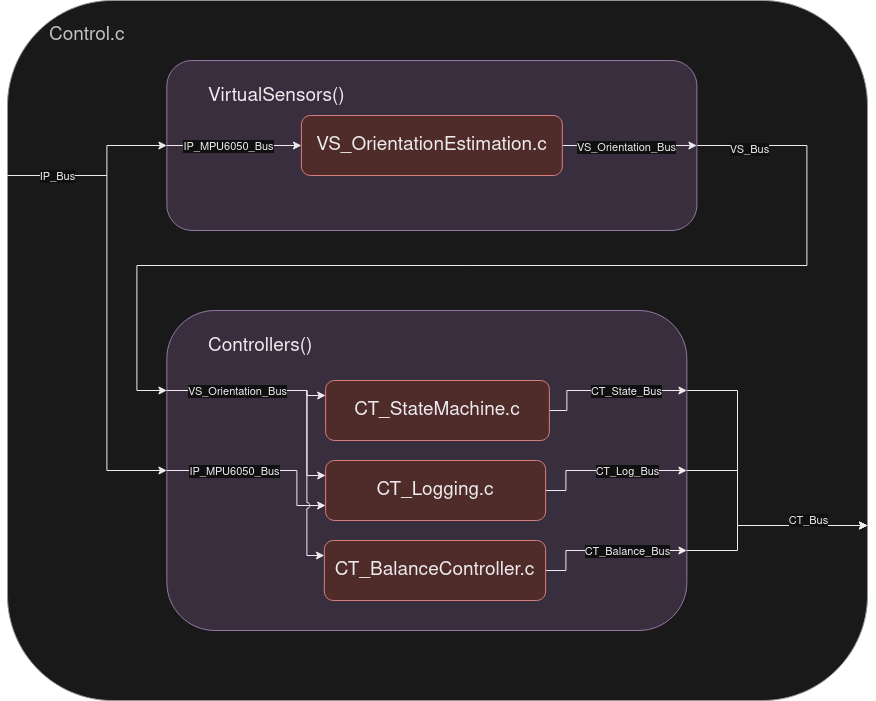
This is Resources/BlockDiagrams/STM32_Reaction_Wheel_Architecture-Control.drawio.png from austynloehr/stm32_reaction_wheel, a draw.io export, as it was before one commit. Source tidied: cells renumbered, new cells last; positions are measured from the earlier drawing's top-left corner, leaving out a move shared by most shapes. Source of this version:
```xml
<mxGraphModel>
  <root>
    <mxCell id="0" />
    <mxCell id="1" parent="0" />
    <mxCell id="2" value="&lt;blockquote style=&quot;font-size: 18px;&quot;&gt;&lt;font style=&quot;font-size: 19px;&quot;&gt;Control.c&lt;/font&gt;&lt;/blockquote&gt;" style="rounded=1;whiteSpace=wrap;html=1;fillColor=#f5f5f5;strokeColor=#666666;align=left;labelPosition=center;verticalLabelPosition=middle;verticalAlign=top;fontColor=#333333;" parent="1" vertex="1">
      <mxGeometry width="860" height="700" as="geometry" />
    </mxCell>
    <mxCell id="3" style="edgeStyle=orthogonalEdgeStyle;rounded=0;jettySize=auto;html=1;exitX=1;exitY=0.25;exitDx=0;exitDy=0;entryX=1;entryY=0.75;entryDx=0;entryDy=0;" parent="1" edge="1" source="4" target="2">
      <mxGeometry relative="1" as="geometry">
        <Array as="points">
          <mxPoint x="730" y="390" />
          <mxPoint x="730" y="525" />
        </Array>
      </mxGeometry>
    </mxCell>
    <mxCell id="4" value="&lt;blockquote&gt;Controllers()&lt;/blockquote&gt;" style="rounded=1;whiteSpace=wrap;html=1;fillColor=#e1d5e7;strokeColor=#9673a6;fontSize=19;align=left;verticalAlign=top;" parent="1" vertex="1">
      <mxGeometry x="159.4" y="310" width="520" height="320" as="geometry" />
    </mxCell>
    <mxCell id="5" style="edgeStyle=orthogonalEdgeStyle;rounded=0;jettySize=auto;html=1;exitX=1;exitY=0.5;exitDx=0;exitDy=0;entryX=1;entryY=0.5;entryDx=0;entryDy=0;" parent="1" edge="1" source="7" target="4">
      <mxGeometry relative="1" as="geometry">
        <Array as="points">
          <mxPoint x="558.4" y="490" />
          <mxPoint x="558.4" y="470" />
        </Array>
      </mxGeometry>
    </mxCell>
    <mxCell id="6" value="CT_Log_Bus" style="edgeLabel;html=1;align=center;verticalAlign=middle;" parent="5" vertex="1">
      <mxGeometry x="0.3" relative="1" as="geometry">
        <mxPoint x="-4" as="offset" />
      </mxGeometry>
    </mxCell>
    <mxCell id="7" value="CT_Logging.c" style="rounded=1;whiteSpace=wrap;html=1;fillColor=#f8cecc;strokeColor=#b85450;fontSize=19;" parent="1" vertex="1">
      <mxGeometry x="318.1" y="460" width="220" height="60" as="geometry" />
    </mxCell>
    <mxCell id="8" style="edgeStyle=orthogonalEdgeStyle;rounded=0;jettySize=auto;html=1;exitX=1;exitY=0.5;exitDx=0;exitDy=0;entryX=1;entryY=0.25;entryDx=0;entryDy=0;" parent="1" edge="1" source="10" target="4">
      <mxGeometry relative="1" as="geometry">
        <Array as="points">
          <mxPoint x="559.4" y="410" />
          <mxPoint x="559.4" y="390" />
        </Array>
      </mxGeometry>
    </mxCell>
    <mxCell id="9" value="CT_State_Bus" style="edgeLabel;html=1;align=center;verticalAlign=middle;" parent="8" vertex="1">
      <mxGeometry x="0.08" relative="1" as="geometry">
        <mxPoint x="12" as="offset" />
      </mxGeometry>
    </mxCell>
    <mxCell id="10" value="CT_StateMachine.c" style="rounded=1;whiteSpace=wrap;html=1;fillColor=#f8cecc;strokeColor=#b85450;fontSize=19;" parent="1" vertex="1">
      <mxGeometry x="318.1" y="380" width="223.8" height="60" as="geometry" />
    </mxCell>
    <mxCell id="11" style="edgeStyle=orthogonalEdgeStyle;rounded=0;jettySize=auto;html=1;exitX=1;exitY=0.5;exitDx=0;exitDy=0;entryX=1;entryY=0.75;entryDx=0;entryDy=0;" parent="1" edge="1" source="13" target="4">
      <mxGeometry relative="1" as="geometry">
        <Array as="points">
          <mxPoint x="558.4" y="570" />
          <mxPoint x="558.4" y="550" />
        </Array>
      </mxGeometry>
    </mxCell>
    <mxCell id="12" value="CT_Balance_Bus" style="edgeLabel;html=1;align=center;verticalAlign=middle;" parent="11" vertex="1">
      <mxGeometry x="0.35" y="-2" relative="1" as="geometry">
        <mxPoint x="-8" y="-2" as="offset" />
      </mxGeometry>
    </mxCell>
    <mxCell id="13" value="CT_BalanceController.c" style="rounded=1;whiteSpace=wrap;html=1;fillColor=#f8cecc;strokeColor=#b85450;fontSize=19;" parent="1" vertex="1">
      <mxGeometry x="316.9" y="540" width="221.2" height="60" as="geometry" />
    </mxCell>
    <mxCell id="14" style="edgeStyle=orthogonalEdgeStyle;rounded=0;jettySize=auto;html=1;exitX=1;exitY=0.5;exitDx=0;exitDy=0;entryX=0;entryY=0.25;entryDx=0;entryDy=0;" parent="1" edge="1" source="16" target="4">
      <mxGeometry relative="1" as="geometry">
        <Array as="points">
          <mxPoint x="799.4" y="145" />
          <mxPoint x="799.4" y="265" />
          <mxPoint x="129.4" y="265" />
          <mxPoint x="129.4" y="390" />
        </Array>
      </mxGeometry>
    </mxCell>
    <mxCell id="15" value="VS_Bus" style="edgeLabel;html=1;align=center;verticalAlign=middle;" parent="14" vertex="1">
      <mxGeometry x="-0.9" y="-3" relative="1" as="geometry" />
    </mxCell>
    <mxCell id="16" value="&lt;blockquote&gt;VirtualSensors()&lt;/blockquote&gt;" style="rounded=1;whiteSpace=wrap;html=1;fillColor=#e1d5e7;strokeColor=#9673a6;fontSize=19;align=left;verticalAlign=top;" parent="1" vertex="1">
      <mxGeometry x="159.4" y="60" width="530" height="170" as="geometry" />
    </mxCell>
    <mxCell id="17" style="edgeStyle=orthogonalEdgeStyle;rounded=0;jettySize=auto;html=1;exitX=1;exitY=0.5;exitDx=0;exitDy=0;entryX=1;entryY=0.5;entryDx=0;entryDy=0;" parent="1" edge="1" source="19" target="16">
      <mxGeometry relative="1" as="geometry">
        <Array as="points">
          <mxPoint x="569.4" y="145" />
          <mxPoint x="569.4" y="145" />
        </Array>
      </mxGeometry>
    </mxCell>
    <mxCell id="18" value="VS_Orientation_Bus" style="edgeLabel;html=1;align=center;verticalAlign=middle;" parent="17" vertex="1">
      <mxGeometry x="-0.05" y="-1" relative="1" as="geometry" />
    </mxCell>
    <mxCell id="19" value="VS_OrientationEstimation.c" style="rounded=1;whiteSpace=wrap;html=1;fillColor=#f8cecc;strokeColor=#b85450;fontSize=19;" parent="1" vertex="1">
      <mxGeometry x="293.9" y="115" width="260.9" height="60" as="geometry" />
    </mxCell>
    <mxCell id="20" style="edgeStyle=orthogonalEdgeStyle;rounded=0;jettySize=auto;html=1;exitX=0;exitY=0.5;exitDx=0;exitDy=0;entryX=0;entryY=0.5;entryDx=0;entryDy=0;" parent="1" edge="1" source="16" target="19">
      <mxGeometry relative="1" as="geometry">
        <Array as="points">
          <mxPoint x="209.4" y="145" />
          <mxPoint x="209.4" y="145" />
        </Array>
      </mxGeometry>
    </mxCell>
    <mxCell id="21" value="IP_MPU6050_Bus" style="edgeLabel;html=1;align=center;verticalAlign=middle;" parent="20" vertex="1">
      <mxGeometry x="0.05" relative="1" as="geometry">
        <mxPoint x="-10" as="offset" />
      </mxGeometry>
    </mxCell>
    <mxCell id="22" style="edgeStyle=orthogonalEdgeStyle;rounded=0;jettySize=auto;html=1;exitX=0;exitY=0.25;exitDx=0;exitDy=0;entryX=0;entryY=0.5;entryDx=0;entryDy=0;" parent="1" edge="1" source="2" target="4">
      <mxGeometry relative="1" as="geometry">
        <Array as="points">
          <mxPoint x="99.4" y="175" />
          <mxPoint x="99.4" y="470" />
        </Array>
      </mxGeometry>
    </mxCell>
    <mxCell id="23" style="edgeStyle=orthogonalEdgeStyle;rounded=0;jettySize=auto;html=1;exitX=0;exitY=0.25;exitDx=0;exitDy=0;entryX=0;entryY=0.5;entryDx=0;entryDy=0;" parent="1" edge="1" source="2" target="16">
      <mxGeometry relative="1" as="geometry">
        <Array as="points">
          <mxPoint x="99.4" y="175" />
          <mxPoint x="99.4" y="145" />
        </Array>
      </mxGeometry>
    </mxCell>
    <mxCell id="24" value="IP_Bus" style="edgeLabel;html=1;align=center;verticalAlign=middle;" parent="23" vertex="1">
      <mxGeometry x="-0.26" y="-4" relative="1" as="geometry">
        <mxPoint x="-21" y="-4" as="offset" />
      </mxGeometry>
    </mxCell>
    <mxCell id="25" style="edgeStyle=orthogonalEdgeStyle;rounded=0;jettySize=auto;html=1;exitX=0;exitY=0.5;exitDx=0;exitDy=0;entryX=0;entryY=0.75;entryDx=0;entryDy=0;" parent="1" edge="1" source="4" target="7">
      <mxGeometry relative="1" as="geometry">
        <Array as="points">
          <mxPoint x="289.4" y="470" />
          <mxPoint x="289.4" y="505" />
        </Array>
      </mxGeometry>
    </mxCell>
    <mxCell id="26" value="IP_MPU6050_Bus" style="edgeLabel;html=1;align=center;verticalAlign=middle;" parent="25" vertex="1">
      <mxGeometry x="-0.24" relative="1" as="geometry">
        <mxPoint x="-6" as="offset" />
      </mxGeometry>
    </mxCell>
    <mxCell id="27" style="edgeStyle=orthogonalEdgeStyle;rounded=0;jettySize=auto;html=1;exitX=0;exitY=0.25;exitDx=0;exitDy=0;entryX=0;entryY=0.25;entryDx=0;entryDy=0;jumpStyle=arc;" parent="1" edge="1" source="4" target="13">
      <mxGeometry relative="1" as="geometry">
        <Array as="points">
          <mxPoint x="299.4" y="390" />
          <mxPoint x="299.4" y="555" />
        </Array>
      </mxGeometry>
    </mxCell>
    <mxCell id="28" style="edgeStyle=orthogonalEdgeStyle;rounded=0;jettySize=auto;html=1;exitX=0;exitY=0.25;exitDx=0;exitDy=0;entryX=0;entryY=0.25;entryDx=0;entryDy=0;jumpStyle=arc;" parent="1" edge="1" source="4" target="7">
      <mxGeometry relative="1" as="geometry">
        <Array as="points">
          <mxPoint x="299.4" y="390" />
          <mxPoint x="299.4" y="475" />
        </Array>
      </mxGeometry>
    </mxCell>
    <mxCell id="29" style="edgeStyle=orthogonalEdgeStyle;rounded=0;jettySize=auto;html=1;exitX=0;exitY=0.25;exitDx=0;exitDy=0;entryX=0;entryY=0.25;entryDx=0;entryDy=0;" parent="1" edge="1" source="4" target="10">
      <mxGeometry relative="1" as="geometry">
        <Array as="points">
          <mxPoint x="299.4" y="390" />
          <mxPoint x="299.4" y="395" />
        </Array>
      </mxGeometry>
    </mxCell>
    <mxCell id="30" value="VS_Orientation_Bus" style="edgeLabel;html=1;align=center;verticalAlign=middle;" parent="29" vertex="1">
      <mxGeometry x="0.84" relative="1" as="geometry">
        <mxPoint x="-75" y="-5" as="offset" />
      </mxGeometry>
    </mxCell>
    <mxCell id="31" style="edgeStyle=orthogonalEdgeStyle;rounded=0;jettySize=auto;html=1;exitX=1;exitY=0.75;exitDx=0;exitDy=0;entryX=1;entryY=0.75;entryDx=0;entryDy=0;" parent="1" edge="1" source="4" target="2">
      <mxGeometry relative="1" as="geometry">
        <Array as="points">
          <mxPoint x="730" y="550" />
          <mxPoint x="730" y="525" />
        </Array>
      </mxGeometry>
    </mxCell>
    <mxCell id="32" style="edgeStyle=orthogonalEdgeStyle;rounded=0;jettySize=auto;html=1;exitX=1;exitY=0.5;exitDx=0;exitDy=0;entryX=1;entryY=0.75;entryDx=0;entryDy=0;" parent="1" edge="1" source="4" target="2">
      <mxGeometry relative="1" as="geometry">
        <Array as="points">
          <mxPoint x="730" y="470" />
          <mxPoint x="730" y="525" />
        </Array>
      </mxGeometry>
    </mxCell>
    <mxCell id="33" value="CT_Bus" style="edgeLabel;html=1;align=center;verticalAlign=middle;" parent="32" vertex="1">
      <mxGeometry x="-0.4" relative="1" as="geometry">
        <mxPoint x="70" y="30" as="offset" />
      </mxGeometry>
    </mxCell>
  </root>
</mxGraphModel>
```
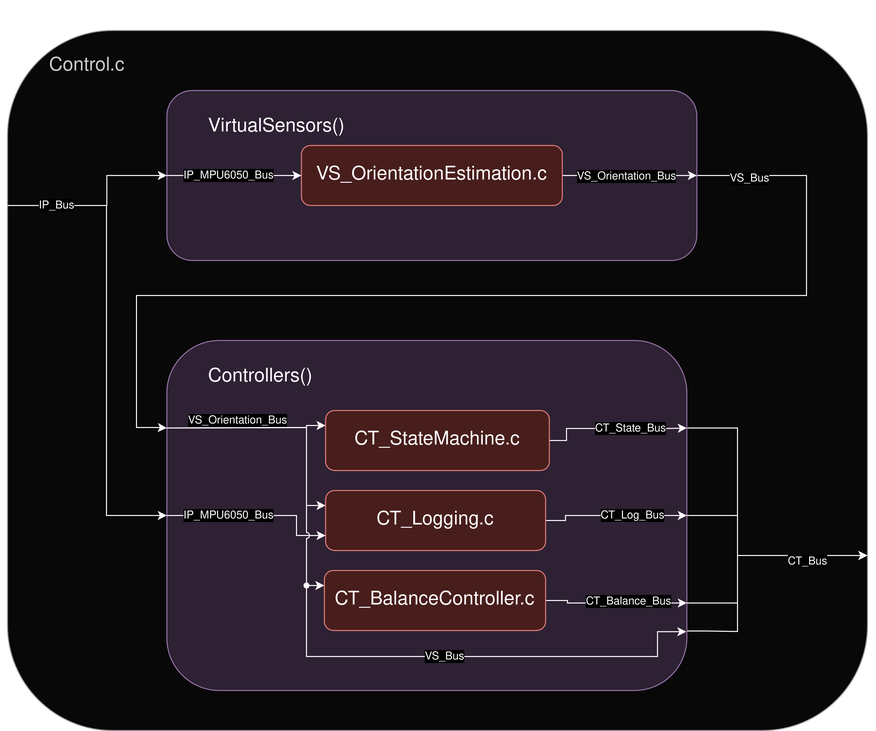
After the change.

Change to the diagram source:
```diff
@@ -8,19 +8,28 @@
     <mxCell id="3" style="edgeStyle=orthogonalEdgeStyle;rounded=0;jettySize=auto;html=1;exitX=1;exitY=0.25;exitDx=0;exitDy=0;entryX=1;entryY=0.75;entryDx=0;entryDy=0;" parent="1" edge="1" source="4" target="2">
       <mxGeometry relative="1" as="geometry">
         <Array as="points">
-          <mxPoint x="730" y="390" />
+          <mxPoint x="730" y="398" />
           <mxPoint x="730" y="525" />
         </Array>
       </mxGeometry>
     </mxCell>
+    <mxCell id="34" style="edgeStyle=orthogonalEdgeStyle;rounded=0;jettySize=auto;html=1;exitX=1;exitY=0.83;exitDx=0;exitDy=0;entryX=1;entryY=0.75;entryDx=0;entryDy=0;exitPerimeter=0;" parent="1" edge="1" source="4" target="2">
+      <mxGeometry relative="1" as="geometry">
+        <Array as="points">
+          <mxPoint x="699" y="601" />
+          <mxPoint x="730" y="601" />
+          <mxPoint x="730" y="525" />
+        </Array>
+      </mxGeometry>
+    </mxCell>
     <mxCell id="4" value="&lt;blockquote&gt;Controllers()&lt;/blockquote&gt;" style="rounded=1;whiteSpace=wrap;html=1;fillColor=#e1d5e7;strokeColor=#9673a6;fontSize=19;align=left;verticalAlign=top;" parent="1" vertex="1">
-      <mxGeometry x="159.4" y="310" width="520" height="320" as="geometry" />
+      <mxGeometry x="159.4" y="310" width="520" height="350" as="geometry" />
     </mxCell>
     <mxCell id="5" style="edgeStyle=orthogonalEdgeStyle;rounded=0;jettySize=auto;html=1;exitX=1;exitY=0.5;exitDx=0;exitDy=0;entryX=1;entryY=0.5;entryDx=0;entryDy=0;" parent="1" edge="1" source="7" target="4">
       <mxGeometry relative="1" as="geometry">
         <Array as="points">
-          <mxPoint x="558.4" y="490" />
-          <mxPoint x="558.4" y="470" />
+          <mxPoint x="558" y="490" />
+          <mxPoint x="558" y="485" />
         </Array>
       </mxGeometry>
     </mxCell>
@@ -35,8 +44,9 @@
     <mxCell id="8" style="edgeStyle=orthogonalEdgeStyle;rounded=0;jettySize=auto;html=1;exitX=1;exitY=0.5;exitDx=0;exitDy=0;entryX=1;entryY=0.25;entryDx=0;entryDy=0;" parent="1" edge="1" source="10" target="4">
       <mxGeometry relative="1" as="geometry">
         <Array as="points">
-          <mxPoint x="559.4" y="410" />
-          <mxPoint x="559.4" y="390" />
+          <mxPoint x="559" y="410" />
+          <mxPoint x="559" y="398" />
+          <mxPoint x="660" y="398" />
         </Array>
       </mxGeometry>
     </mxCell>
@@ -51,14 +61,14 @@
     <mxCell id="11" style="edgeStyle=orthogonalEdgeStyle;rounded=0;jettySize=auto;html=1;exitX=1;exitY=0.5;exitDx=0;exitDy=0;entryX=1;entryY=0.75;entryDx=0;entryDy=0;" parent="1" edge="1" source="13" target="4">
       <mxGeometry relative="1" as="geometry">
         <Array as="points">
-          <mxPoint x="558.4" y="570" />
-          <mxPoint x="558.4" y="550" />
+          <mxPoint x="560" y="570" />
+          <mxPoint x="560" y="573" />
         </Array>
       </mxGeometry>
     </mxCell>
     <mxCell id="12" value="CT_Balance_Bus" style="edgeLabel;html=1;align=center;verticalAlign=middle;" parent="11" vertex="1">
       <mxGeometry x="0.35" y="-2" relative="1" as="geometry">
-        <mxPoint x="-8" y="-2" as="offset" />
+        <mxPoint x="-13" y="-4" as="offset" />
       </mxGeometry>
     </mxCell>
     <mxCell id="13" value="CT_BalanceController.c" style="rounded=1;whiteSpace=wrap;html=1;fillColor=#f8cecc;strokeColor=#b85450;fontSize=19;" parent="1" vertex="1">
@@ -67,10 +77,11 @@
     <mxCell id="14" style="edgeStyle=orthogonalEdgeStyle;rounded=0;jettySize=auto;html=1;exitX=1;exitY=0.5;exitDx=0;exitDy=0;entryX=0;entryY=0.25;entryDx=0;entryDy=0;" parent="1" edge="1" source="16" target="4">
       <mxGeometry relative="1" as="geometry">
         <Array as="points">
-          <mxPoint x="799.4" y="145" />
-          <mxPoint x="799.4" y="265" />
-          <mxPoint x="129.4" y="265" />
-          <mxPoint x="129.4" y="390" />
+          <mxPoint x="799" y="145" />
+          <mxPoint x="799" y="265" />
+          <mxPoint x="129" y="265" />
+          <mxPoint x="129" y="397" />
+          <mxPoint x="150" y="397" />
         </Array>
       </mxGeometry>
     </mxCell>
@@ -110,8 +121,8 @@
     <mxCell id="22" style="edgeStyle=orthogonalEdgeStyle;rounded=0;jettySize=auto;html=1;exitX=0;exitY=0.25;exitDx=0;exitDy=0;entryX=0;entryY=0.5;entryDx=0;entryDy=0;" parent="1" edge="1" source="2" target="4">
       <mxGeometry relative="1" as="geometry">
         <Array as="points">
-          <mxPoint x="99.4" y="175" />
-          <mxPoint x="99.4" y="470" />
+          <mxPoint x="99" y="175" />
+          <mxPoint x="99" y="485" />
         </Array>
       </mxGeometry>
     </mxCell>
@@ -131,8 +142,8 @@
     <mxCell id="25" style="edgeStyle=orthogonalEdgeStyle;rounded=0;jettySize=auto;html=1;exitX=0;exitY=0.5;exitDx=0;exitDy=0;entryX=0;entryY=0.75;entryDx=0;entryDy=0;" parent="1" edge="1" source="4" target="7">
       <mxGeometry relative="1" as="geometry">
         <Array as="points">
-          <mxPoint x="289.4" y="470" />
-          <mxPoint x="289.4" y="505" />
+          <mxPoint x="289" y="485" />
+          <mxPoint x="289" y="505" />
         </Array>
       </mxGeometry>
     </mxCell>
@@ -144,24 +155,27 @@
     <mxCell id="27" style="edgeStyle=orthogonalEdgeStyle;rounded=0;jettySize=auto;html=1;exitX=0;exitY=0.25;exitDx=0;exitDy=0;entryX=0;entryY=0.25;entryDx=0;entryDy=0;jumpStyle=arc;" parent="1" edge="1" source="4" target="13">
       <mxGeometry relative="1" as="geometry">
         <Array as="points">
-          <mxPoint x="299.4" y="390" />
-          <mxPoint x="299.4" y="555" />
+          <mxPoint x="180" y="398" />
+          <mxPoint x="299" y="397" />
+          <mxPoint x="299" y="555" />
         </Array>
       </mxGeometry>
     </mxCell>
     <mxCell id="28" style="edgeStyle=orthogonalEdgeStyle;rounded=0;jettySize=auto;html=1;exitX=0;exitY=0.25;exitDx=0;exitDy=0;entryX=0;entryY=0.25;entryDx=0;entryDy=0;jumpStyle=arc;" parent="1" edge="1" source="4" target="7">
       <mxGeometry relative="1" as="geometry">
         <Array as="points">
-          <mxPoint x="299.4" y="390" />
-          <mxPoint x="299.4" y="475" />
+          <mxPoint x="190" y="398" />
+          <mxPoint x="299" y="397" />
+          <mxPoint x="299" y="475" />
         </Array>
       </mxGeometry>
     </mxCell>
     <mxCell id="29" style="edgeStyle=orthogonalEdgeStyle;rounded=0;jettySize=auto;html=1;exitX=0;exitY=0.25;exitDx=0;exitDy=0;entryX=0;entryY=0.25;entryDx=0;entryDy=0;" parent="1" edge="1" source="4" target="10">
       <mxGeometry relative="1" as="geometry">
         <Array as="points">
-          <mxPoint x="299.4" y="390" />
-          <mxPoint x="299.4" y="395" />
+          <mxPoint x="170" y="398" />
+          <mxPoint x="299" y="397" />
+          <mxPoint x="299" y="395" />
         </Array>
       </mxGeometry>
     </mxCell>
@@ -173,7 +187,7 @@
     <mxCell id="31" style="edgeStyle=orthogonalEdgeStyle;rounded=0;jettySize=auto;html=1;exitX=1;exitY=0.75;exitDx=0;exitDy=0;entryX=1;entryY=0.75;entryDx=0;entryDy=0;" parent="1" edge="1" source="4" target="2">
       <mxGeometry relative="1" as="geometry">
         <Array as="points">
-          <mxPoint x="730" y="550" />
+          <mxPoint x="730" y="573" />
           <mxPoint x="730" y="525" />
         </Array>
       </mxGeometry>
@@ -181,7 +195,7 @@
     <mxCell id="32" style="edgeStyle=orthogonalEdgeStyle;rounded=0;jettySize=auto;html=1;exitX=1;exitY=0.5;exitDx=0;exitDy=0;entryX=1;entryY=0.75;entryDx=0;entryDy=0;" parent="1" edge="1" source="4" target="2">
       <mxGeometry relative="1" as="geometry">
         <Array as="points">
-          <mxPoint x="730" y="470" />
+          <mxPoint x="730" y="485" />
           <mxPoint x="730" y="525" />
         </Array>
       </mxGeometry>
@@ -191,5 +205,23 @@
         <mxPoint x="70" y="30" as="offset" />
       </mxGeometry>
     </mxCell>
+    <mxCell id="35" value="&amp;nbsp;" style="text;whiteSpace=wrap;html=1;" parent="1" vertex="1">
+      <mxGeometry x="150" y="-30" width="40" height="40" as="geometry" />
+    </mxCell>
+    <mxCell id="36" style="shape=waypoint;sketch=0;size=6;points=[];fillColor=none;perimeter=centerPerimeter;snapToPoint=1;" parent="1" vertex="1">
+      <mxGeometry x="289" y="545" width="20" height="20" as="geometry" />
+    </mxCell>
+    <mxCell id="37" style="edgeStyle=orthogonalEdgeStyle;rounded=0;jettySize=auto;html=1;entryX=0.999;entryY=0.832;entryDx=0;entryDy=0;entryPerimeter=0;" parent="1" edge="1" source="36" target="4">
+      <mxGeometry relative="1" as="geometry">
+        <Array as="points">
+          <mxPoint x="299" y="626" />
+          <mxPoint x="650" y="626" />
+          <mxPoint x="650" y="601" />
+        </Array>
+      </mxGeometry>
+    </mxCell>
+    <mxCell id="38" value="VS_Bus" style="edgeLabel;html=1;align=center;verticalAlign=middle;" parent="37" vertex="1">
+      <mxGeometry x="-0.12" relative="1" as="geometry" />
+    </mxCell>
   </root>
 </mxGraphModel>
```
